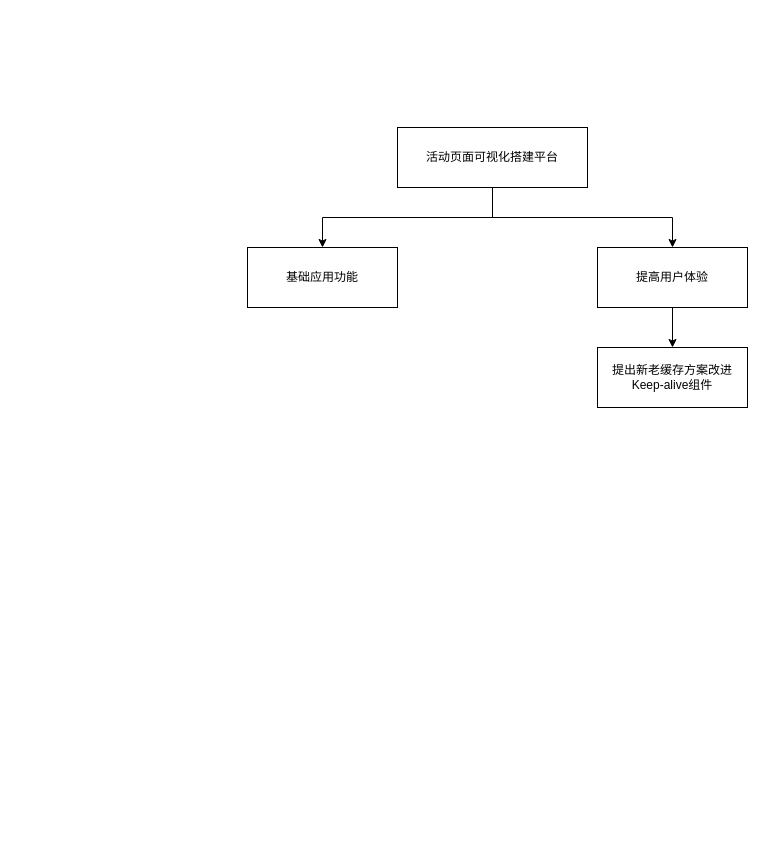
Above: 论文新技术路线图.drawio in yuxinyu12345/diagrams (draw.io), before the change. Source tidied: cells renumbered, new cells numbered last; positions are measured from the earlier drawing's top-left corner, leaving out a move shared by most shapes. Both pictures are drawn from the tidied source at 100%, with x=0, y=0 at pixel (247, 127).
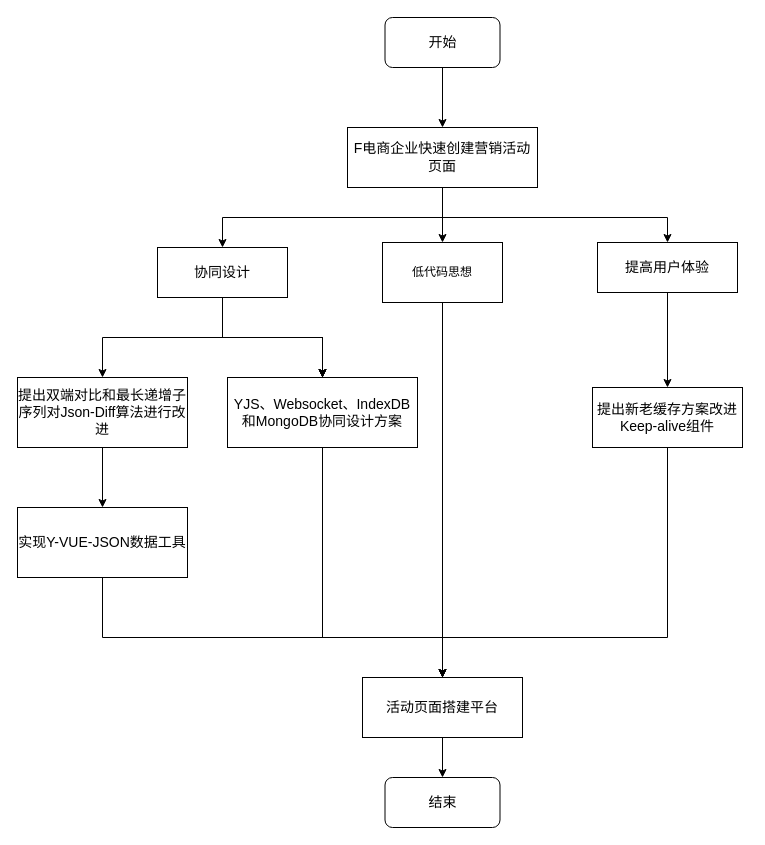
The same page after the edit.

Commit message:
更新论文新技术路线图.drawio

Change to the diagram source:
```diff
@@
-    <mxCell id="2" style="edgeStyle=orthogonalEdgeStyle;rounded=0;jettySize=auto;html=1;exitX=0.5;exitY=1;exitDx=0;exitDy=0;entryX=0.5;entryY=0;entryDx=0;entryDy=0;" parent="1" edge="1" source="4" target="5">
+    <mxCell id="2" style="edgeStyle=orthogonalEdgeStyle;rounded=0;jettySize=auto;html=1;exitX=0.5;exitY=1;exitDx=0;exitDy=0;entryX=0.5;entryY=0;entryDx=0;entryDy=0;fontSize=14;align=center;" parent="1" edge="1" source="4" target="5">
       <mxGeometry relative="1" as="geometry" />
     </mxCell>
-    <mxCell id="3" style="edgeStyle=orthogonalEdgeStyle;rounded=0;jettySize=auto;html=1;exitX=0.5;exitY=1;exitDx=0;exitDy=0;" parent="1" edge="1" source="4" target="7">
-      <mxGeometry relative="1" as="geometry" />
+    <mxCell id="3" style="edgeStyle=orthogonalEdgeStyle;rounded=0;jettySize=auto;html=1;exitX=0.5;exitY=1;exitDx=0;exitDy=0;fontSize=14;align=center;" parent="1" edge="1" source="4" target="7">
+      <mxGeometry relative="1" as="geometry">
+        <Array as="points">
+          <mxPoint x="195" y="90" />
+          <mxPoint x="420" y="90" />
+        </Array>
+      </mxGeometry>
     </mxCell>
+    <mxCell id="9" style="edgeStyle=orthogonalEdgeStyle;rounded=0;jettySize=auto;html=1;exitX=0.5;exitY=1;exitDx=0;exitDy=0;" parent="1" edge="1" source="4" target="28">
+      <mxGeometry relative="1" as="geometry" />
+    </mxCell>
-    <mxCell id="4" value="活动页面可视化搭建平台" style="rounded=0;whiteSpace=wrap;html=1;" parent="1" vertex="1">
-      <mxGeometry x="150" width="190" height="60" as="geometry" />
+    <mxCell id="4" value="&lt;p style=&quot;margin: 0pt 0pt 0.0001pt; font-family: &amp;quot;Times New Roman&amp;quot;; font-size: 14px;&quot; class=&quot;MsoNormal&quot;&gt;&lt;span style=&quot;font-family: 宋体; font-size: 14px;&quot;&gt;&lt;font face=&quot;Times New Roman Regular&quot; style=&quot;font-size: 14px;&quot;&gt;F&lt;/font&gt;&lt;/span&gt;&lt;span style=&quot;font-family: &amp;quot;Times New Roman Regular&amp;quot;; font-size: 14px;&quot;&gt;&lt;font face=&quot;宋体&quot; style=&quot;font-size: 14px;&quot;&gt;电商企业快速创建&lt;/font&gt;&lt;/span&gt;&lt;span style=&quot;font-family: 宋体; font-size: 14px; background-color: initial;&quot;&gt;营销活动页面&lt;/span&gt;&lt;/p&gt;" style="rounded=0;whiteSpace=wrap;html=1;align=center;fontSize=14;" parent="1" vertex="1">
+      <mxGeometry x="100" width="190" height="60" as="geometry" />
     </mxCell>
+    <mxCell id="10" style="edgeStyle=orthogonalEdgeStyle;rounded=0;jettySize=auto;html=1;fontSize=14;align=center;" parent="1" edge="1" source="5" target="19">
+      <mxGeometry relative="1" as="geometry" />
+    </mxCell>
+    <mxCell id="11" style="edgeStyle=orthogonalEdgeStyle;rounded=0;jettySize=auto;html=1;fontSize=14;align=center;" parent="1" edge="1" source="5" target="19">
+      <mxGeometry relative="1" as="geometry" />
+    </mxCell>
+    <mxCell id="12" style="edgeStyle=orthogonalEdgeStyle;rounded=0;jettySize=auto;html=1;fontSize=14;align=center;" parent="1" edge="1" source="5" target="19">
+      <mxGeometry relative="1" as="geometry" />
+    </mxCell>
+    <mxCell id="13" style="edgeStyle=orthogonalEdgeStyle;rounded=0;jettySize=auto;html=1;fontSize=14;align=center;" parent="1" edge="1" source="5" target="19">
+      <mxGeometry relative="1" as="geometry" />
+    </mxCell>
+    <mxCell id="14" style="edgeStyle=orthogonalEdgeStyle;rounded=0;jettySize=auto;html=1;exitX=0.5;exitY=1;exitDx=0;exitDy=0;entryX=0.5;entryY=0;entryDx=0;entryDy=0;" parent="1" edge="1" source="5" target="21">
+      <mxGeometry relative="1" as="geometry" />
+    </mxCell>
-    <mxCell id="5" value="基础应用功能" style="rounded=0;whiteSpace=wrap;html=1;" parent="1" vertex="1">
-      <mxGeometry y="120" width="150" height="60" as="geometry" />
+    <mxCell id="5" value="协同设计" style="rounded=0;whiteSpace=wrap;html=1;fontSize=14;align=center;" parent="1" vertex="1">
+      <mxGeometry x="-90" y="120" width="130" height="50" as="geometry" />
     </mxCell>
-    <mxCell id="6" style="edgeStyle=orthogonalEdgeStyle;rounded=0;jettySize=auto;html=1;" parent="1" edge="1" source="7" target="8">
+    <mxCell id="6" style="edgeStyle=orthogonalEdgeStyle;rounded=0;jettySize=auto;html=1;fontSize=14;align=center;" parent="1" edge="1" source="7" target="8">
       <mxGeometry relative="1" as="geometry" />
     </mxCell>
-    <mxCell id="7" value="提高用户体验" style="rounded=0;whiteSpace=wrap;html=1;" parent="1" vertex="1">
-      <mxGeometry x="350" y="120" width="150" height="60" as="geometry" />
+    <mxCell id="7" value="提高用户体验" style="rounded=0;whiteSpace=wrap;html=1;fontSize=14;align=center;" parent="1" vertex="1">
+      <mxGeometry x="350" y="115" width="140" height="50" as="geometry" />
     </mxCell>
+    <mxCell id="15" style="edgeStyle=orthogonalEdgeStyle;rounded=0;jettySize=auto;html=1;exitX=0.5;exitY=1;exitDx=0;exitDy=0;entryX=0.5;entryY=0;entryDx=0;entryDy=0;" parent="1" edge="1" source="8" target="25">
+      <mxGeometry relative="1" as="geometry">
+        <Array as="points">
+          <mxPoint x="420" y="510" />
+          <mxPoint x="195" y="510" />
+        </Array>
+      </mxGeometry>
+    </mxCell>
-    <mxCell id="8" value="提出新老缓存方案改进Keep-alive组件" style="rounded=0;whiteSpace=wrap;html=1;" parent="1" vertex="1">
-      <mxGeometry x="350" y="220" width="150" height="60" as="geometry" />
+    <mxCell id="8" value="提出新老缓存方案改进Keep-alive组件" style="rounded=0;whiteSpace=wrap;html=1;fontSize=14;align=center;" parent="1" vertex="1">
+      <mxGeometry x="345" y="260" width="150" height="60" as="geometry" />
     </mxCell>
+    <mxCell id="16" style="edgeStyle=orthogonalEdgeStyle;rounded=0;jettySize=auto;html=1;exitX=0.5;exitY=1;exitDx=0;exitDy=0;fontSize=14;align=center;" parent="1" edge="1" source="17" target="4">
+      <mxGeometry relative="1" as="geometry" />
+    </mxCell>
+    <mxCell id="17" value="开始" style="rounded=1;whiteSpace=wrap;html=1;fontSize=14;align=center;" parent="1" vertex="1">
+      <mxGeometry x="137.5" y="-110" width="115" height="50" as="geometry" />
+    </mxCell>
+    <mxCell id="18" style="edgeStyle=orthogonalEdgeStyle;rounded=0;jettySize=auto;html=1;exitX=0.5;exitY=1;exitDx=0;exitDy=0;entryX=0.5;entryY=0;entryDx=0;entryDy=0;" parent="1" edge="1" source="19" target="25">
+      <mxGeometry relative="1" as="geometry">
+        <Array as="points">
+          <mxPoint x="75" y="510" />
+          <mxPoint x="195" y="510" />
+        </Array>
+      </mxGeometry>
+    </mxCell>
+    <mxCell id="19" value="YJS、&lt;span style=&quot;font-family: &amp;quot;Times New Roman Regular&amp;quot;; font-size: 14px; background-color: initial;&quot;&gt;Websocket、&lt;/span&gt;&lt;span style=&quot;font-family: &amp;quot;Times New Roman Regular&amp;quot;; font-size: 14px; background-color: initial;&quot;&gt;IndexDB和&lt;/span&gt;&lt;span style=&quot;font-family: &amp;quot;Times New Roman Regular&amp;quot;; font-size: 14px; background-color: initial;&quot;&gt;MongoDB&lt;/span&gt;&lt;span style=&quot;font-family: 宋体; font-size: 14px; background-color: initial;&quot;&gt;协同设计方案&lt;/span&gt;" style="rounded=0;whiteSpace=wrap;html=1;fontSize=14;align=center;" parent="1" vertex="1">
+      <mxGeometry x="-20" y="250" width="190" height="70" as="geometry" />
+    </mxCell>
+    <mxCell id="20" style="edgeStyle=orthogonalEdgeStyle;rounded=0;jettySize=auto;html=1;fontSize=14;align=center;" parent="1" edge="1" source="21" target="23">
+      <mxGeometry relative="1" as="geometry" />
+    </mxCell>
+    <mxCell id="21" value="&lt;p class=&quot;MsoNormal&quot; style=&quot;margin: 0pt 0pt 0.0001pt; font-size: 14px;&quot;&gt;&lt;font face=&quot;Times New Roman Regular&quot; style=&quot;font-size: 14px;&quot;&gt;&lt;span style=&quot;font-size: 14px;&quot;&gt;提出&lt;/span&gt;&lt;/font&gt;&lt;span style=&quot;font-family: 宋体; font-size: 14px; background-color: initial;&quot;&gt;双端对比和最长递增子序列对Json-Diff算法进行改进&lt;/span&gt;&lt;/p&gt;" style="rounded=0;whiteSpace=wrap;html=1;fontSize=14;align=center;" parent="1" vertex="1">
+      <mxGeometry x="-230" y="250" width="170" height="70" as="geometry" />
+    </mxCell>
+    <mxCell id="22" style="edgeStyle=orthogonalEdgeStyle;rounded=0;jettySize=auto;html=1;exitX=0.5;exitY=1;exitDx=0;exitDy=0;entryX=0.5;entryY=0;entryDx=0;entryDy=0;" parent="1" edge="1" source="23" target="25">
+      <mxGeometry relative="1" as="geometry">
+        <Array as="points">
+          <mxPoint x="-145" y="510" />
+          <mxPoint x="195" y="510" />
+        </Array>
+      </mxGeometry>
+    </mxCell>
+    <mxCell id="23" value="&lt;p class=&quot;MsoNormal&quot; style=&quot;margin: 0pt 0pt 0.0001pt; font-size: 14px;&quot;&gt;&lt;font face=&quot;Times New Roman Regular&quot; style=&quot;font-size: 14px;&quot;&gt;&lt;span style=&quot;font-size: 14px;&quot;&gt;实现&lt;/span&gt;&lt;/font&gt;&lt;span style=&quot;background-color: initial; font-family: &amp;quot;Times New Roman Regular&amp;quot;; font-size: 14px;&quot;&gt;Y-&lt;/span&gt;&lt;span style=&quot;background-color: initial; font-family: 宋体; font-size: 14px;&quot;&gt;&lt;font face=&quot;Times New Roman Regular&quot; style=&quot;font-size: 14px;&quot;&gt;VUE&lt;/font&gt;&lt;/span&gt;&lt;span style=&quot;background-color: initial; font-family: &amp;quot;Times New Roman Regular&amp;quot;; font-size: 14px;&quot;&gt;-JSON&lt;font face=&quot;宋体&quot; style=&quot;font-size: 14px;&quot;&gt;数据工具&lt;/font&gt;&lt;/span&gt;&lt;/p&gt;" style="rounded=0;whiteSpace=wrap;html=1;fontSize=14;align=center;" parent="1" vertex="1">
+      <mxGeometry x="-230" y="380" width="170" height="70" as="geometry" />
+    </mxCell>
+    <mxCell id="24" style="edgeStyle=orthogonalEdgeStyle;rounded=0;jettySize=auto;html=1;exitX=0.5;exitY=1;exitDx=0;exitDy=0;entryX=0.5;entryY=0;entryDx=0;entryDy=0;" parent="1" edge="1" source="25" target="26">
+      <mxGeometry relative="1" as="geometry" />
+    </mxCell>
+    <mxCell id="25" value="&lt;p class=&quot;MsoNormal&quot; style=&quot;margin: 0pt 0pt 0.0001pt; font-size: 14px;&quot;&gt;活动页面搭建平台&lt;/p&gt;" style="rounded=0;whiteSpace=wrap;html=1;fontSize=14;align=center;" parent="1" vertex="1">
+      <mxGeometry x="115" y="550" width="160" height="60" as="geometry" />
+    </mxCell>
+    <mxCell id="26" value="结束" style="rounded=1;whiteSpace=wrap;html=1;fontSize=14;align=center;" parent="1" vertex="1">
+      <mxGeometry x="137.5" y="650" width="115" height="50" as="geometry" />
+    </mxCell>
+    <mxCell id="27" style="edgeStyle=orthogonalEdgeStyle;rounded=0;jettySize=auto;html=1;exitX=0.5;exitY=1;exitDx=0;exitDy=0;" parent="1" edge="1" source="28" target="25">
+      <mxGeometry relative="1" as="geometry" />
+    </mxCell>
+    <mxCell id="28" value="低代码思想" style="rounded=0;whiteSpace=wrap;html=1;" parent="1" vertex="1">
+      <mxGeometry x="135" y="115" width="120" height="60" as="geometry" />
+    </mxCell>
```
